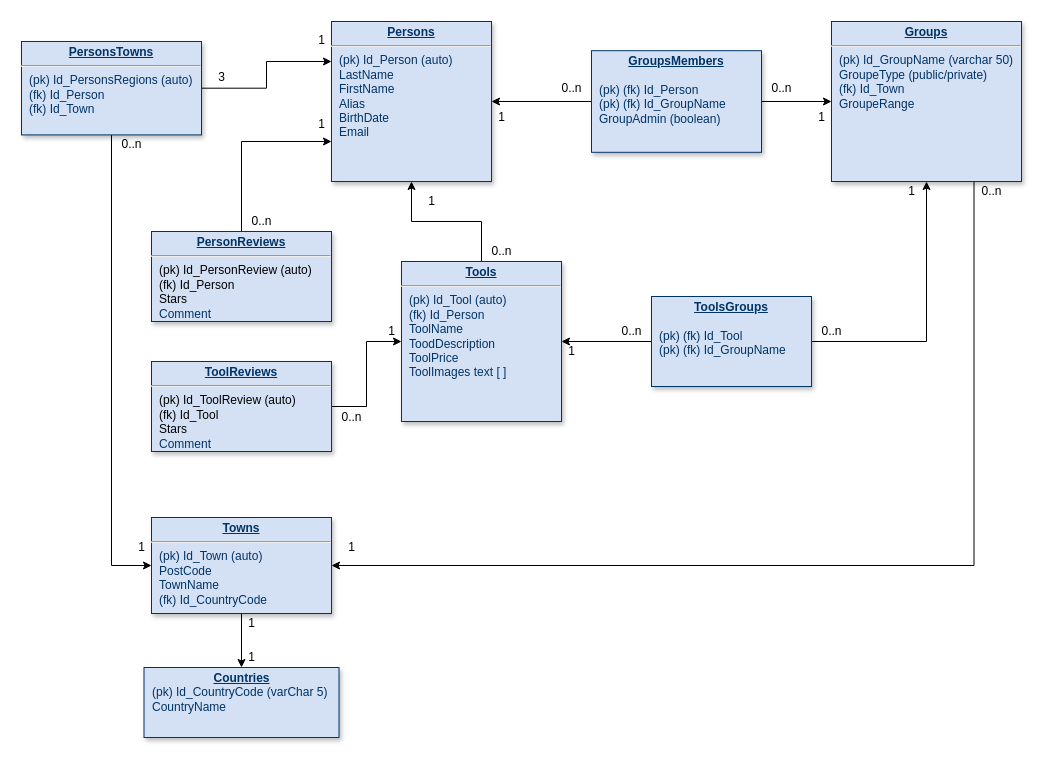
Above: toolbox_website/DB/doc/db_schematic.drawio in Altiimax/DevWebProject (draw.io), before the change. Source tidied: cells renumbered, new cells numbered last; positions are measured from the earlier drawing's top-left corner, leaving out a move shared by most shapes. Both pictures are drawn from the tidied source at 100%, with x=0, y=0 at pixel (21, 21).
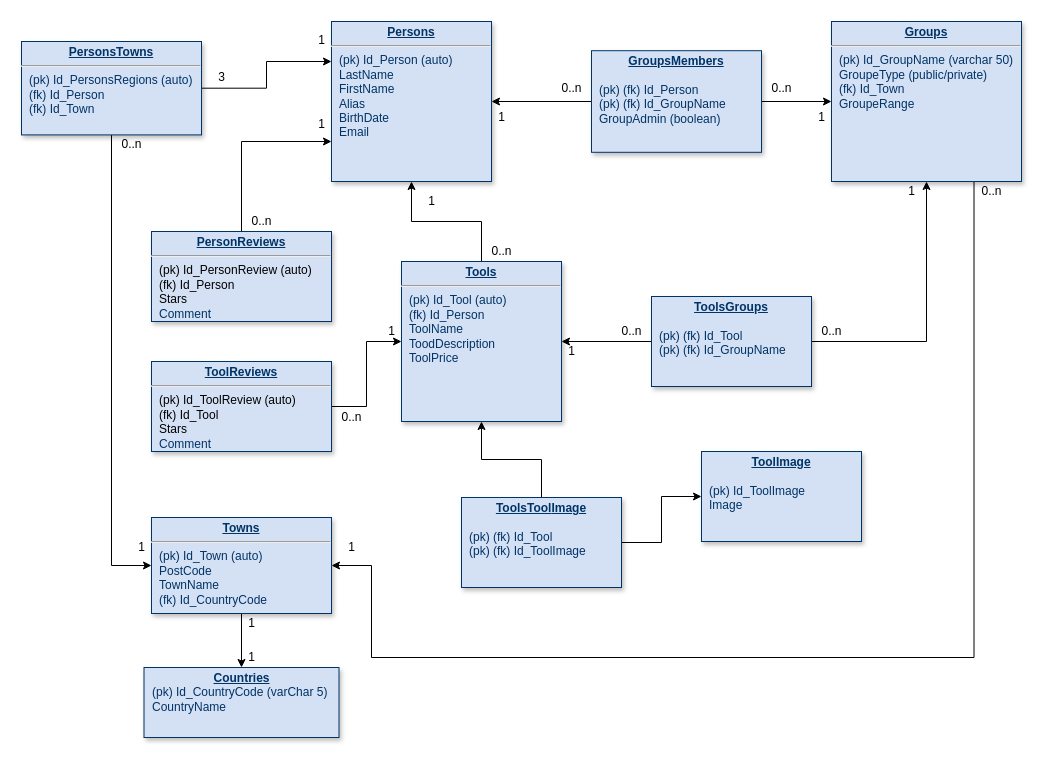
The same page after the edit.

Unchanged cells that the change refers to:
```xml
<mxCell id="6" value="&lt;p style=&quot;margin: 0px ; margin-top: 4px ; text-align: center ; text-decoration: underline&quot;&gt;&lt;strong&gt;Groups&lt;/strong&gt;&lt;/p&gt;&lt;hr&gt;&lt;p style=&quot;margin: 0px ; margin-left: 8px&quot;&gt;(pk) Id_GroupName (varchar 50)&lt;/p&gt;&lt;p style=&quot;margin: 0px ; margin-left: 8px&quot;&gt;GroupeType (public/private)&lt;/p&gt;&lt;p style=&quot;margin: 0px ; margin-left: 8px&quot;&gt;(fk) Id_Town&lt;/p&gt;&lt;p style=&quot;margin: 0px ; margin-left: 8px&quot;&gt;GroupeRange&amp;nbsp;&lt;/p&gt;&lt;p style=&quot;margin: 0px ; margin-left: 8px&quot;&gt;&lt;br&gt;&lt;/p&gt;&lt;p style=&quot;margin: 0px ; margin-left: 8px&quot;&gt;&lt;br&gt;&lt;/p&gt;" style="verticalAlign=top;align=left;overflow=fill;fontSize=12;fontFamily=Helvetica;html=1;strokeColor=#003366;shadow=1;fillColor=#D4E1F5;fontColor=#003366;" parent="1" vertex="1">
  <mxGeometry x="810" width="190" height="160" as="geometry" />
</mxCell>
<mxCell id="16" value="&lt;p style=&quot;margin: 0px ; margin-top: 4px ; text-align: center ; text-decoration: underline&quot;&gt;&lt;strong&gt;Towns&lt;/strong&gt;&lt;/p&gt;&lt;hr&gt;&lt;p style=&quot;margin: 0px ; margin-left: 8px&quot;&gt;(pk) Id_Town (auto)&lt;/p&gt;&lt;p style=&quot;margin: 0px ; margin-left: 8px&quot;&gt;PostCode&lt;/p&gt;&lt;p style=&quot;margin: 0px ; margin-left: 8px&quot;&gt;TownName&lt;/p&gt;&lt;p style=&quot;margin: 0px ; margin-left: 8px&quot;&gt;(fk) Id_CountryCode&lt;/p&gt;&lt;p style=&quot;margin: 0px ; margin-left: 8px&quot;&gt;&lt;br&gt;&lt;/p&gt;&lt;p style=&quot;margin: 0px ; margin-left: 8px&quot;&gt;&lt;br&gt;&lt;/p&gt;" style="verticalAlign=top;align=left;overflow=fill;fontSize=12;fontFamily=Helvetica;html=1;strokeColor=#003366;shadow=1;fillColor=#D4E1F5;fontColor=#003366;" parent="1" vertex="1">
  <mxGeometry x="130" y="496" width="180" height="96" as="geometry" />
</mxCell>
```

Change to the diagram source:
```diff
@@
-    <mxCell id="3" value="&lt;p style=&quot;margin: 0px ; margin-top: 4px ; text-align: center ; text-decoration: underline&quot;&gt;&lt;strong&gt;Tools&lt;/strong&gt;&lt;/p&gt;&lt;hr&gt;&lt;p style=&quot;margin: 0px ; margin-left: 8px&quot;&gt;(pk) Id_Tool (auto)&lt;/p&gt;&lt;p style=&quot;margin: 0px ; margin-left: 8px&quot;&gt;(fk) Id_Person&amp;nbsp;&lt;/p&gt;&lt;p style=&quot;margin: 0px ; margin-left: 8px&quot;&gt;ToolName&lt;/p&gt;&lt;p style=&quot;margin: 0px ; margin-left: 8px&quot;&gt;ToodDescription&lt;/p&gt;&lt;p style=&quot;margin: 0px ; margin-left: 8px&quot;&gt;&lt;span&gt;ToolPrice&lt;/span&gt;&lt;br&gt;&lt;/p&gt;&lt;p style=&quot;margin: 0px ; margin-left: 8px&quot;&gt;&lt;span&gt;ToolImages text [ ]&lt;/span&gt;&lt;/p&gt;" style="verticalAlign=top;align=left;overflow=fill;fontSize=12;fontFamily=Helvetica;html=1;strokeColor=#003366;shadow=1;fillColor=#D4E1F5;fontColor=#003366;" parent="1" vertex="1">
+    <mxCell id="3" value="&lt;p style=&quot;margin: 0px ; margin-top: 4px ; text-align: center ; text-decoration: underline&quot;&gt;&lt;strong&gt;Tools&lt;/strong&gt;&lt;/p&gt;&lt;hr&gt;&lt;p style=&quot;margin: 0px ; margin-left: 8px&quot;&gt;(pk) Id_Tool (auto)&lt;/p&gt;&lt;p style=&quot;margin: 0px ; margin-left: 8px&quot;&gt;(fk) Id_Person&amp;nbsp;&lt;/p&gt;&lt;p style=&quot;margin: 0px ; margin-left: 8px&quot;&gt;ToolName&lt;/p&gt;&lt;p style=&quot;margin: 0px ; margin-left: 8px&quot;&gt;ToodDescription&lt;/p&gt;&lt;p style=&quot;margin: 0px ; margin-left: 8px&quot;&gt;&lt;span&gt;ToolPrice&lt;/span&gt;&lt;br&gt;&lt;/p&gt;&lt;p style=&quot;margin: 0px ; margin-left: 8px&quot;&gt;&lt;br&gt;&lt;/p&gt;" style="verticalAlign=top;align=left;overflow=fill;fontSize=12;fontFamily=Helvetica;html=1;strokeColor=#003366;shadow=1;fillColor=#D4E1F5;fontColor=#003366;" parent="1" vertex="1">
       <mxGeometry x="380" y="240" width="160" height="160" as="geometry" />
     </mxCell>
@@
     <mxCell id="5" style="edgeStyle=orthogonalEdgeStyle;rounded=0;jettySize=auto;html=1;exitX=0.75;exitY=1;exitDx=0;exitDy=0;entryX=1;entryY=0.5;entryDx=0;entryDy=0;" parent="1" edge="1" source="6" target="16">
-      <mxGeometry relative="1" as="geometry" />
+      <mxGeometry relative="1" as="geometry">
+        <Array as="points">
+          <mxPoint x="953" y="636" />
+          <mxPoint x="350" y="636" />
+          <mxPoint x="350" y="544" />
+        </Array>
+      </mxGeometry>
     </mxCell>
@@
+    <mxCell id="48" value="&lt;p style=&quot;margin: 0px ; margin-top: 4px ; text-align: center ; text-decoration: underline&quot;&gt;&lt;strong&gt;Tool&lt;/strong&gt;&lt;strong&gt;Image&lt;/strong&gt;&lt;/p&gt;&lt;p style=&quot;margin: 0px ; margin-left: 8px&quot;&gt;&lt;br&gt;&lt;/p&gt;&lt;p style=&quot;margin: 0px ; margin-left: 8px&quot;&gt;(pk) Id_ToolImage&lt;/p&gt;&lt;p style=&quot;margin: 0px ; margin-left: 8px&quot;&gt;Image&lt;/p&gt;&lt;p style=&quot;margin: 0px ; margin-left: 8px&quot;&gt;&lt;br&gt;&lt;/p&gt;&lt;p style=&quot;margin: 0px ; margin-left: 8px&quot;&gt;&lt;br&gt;&lt;/p&gt;&lt;p style=&quot;margin: 0px ; margin-left: 8px&quot;&gt;&lt;br&gt;&lt;/p&gt;" style="verticalAlign=top;align=left;overflow=fill;fontSize=12;fontFamily=Helvetica;html=1;strokeColor=#003366;shadow=1;fillColor=#D4E1F5;fontColor=#003366;" parent="1" vertex="1">
+      <mxGeometry x="680" y="430" width="160" height="90" as="geometry" />
+    </mxCell>
+    <mxCell id="49" style="edgeStyle=orthogonalEdgeStyle;rounded=0;jettySize=auto;html=1;exitX=1;exitY=0.5;exitDx=0;exitDy=0;entryX=0;entryY=0.5;entryDx=0;entryDy=0;" parent="1" edge="1" source="51" target="48">
+      <mxGeometry relative="1" as="geometry" />
+    </mxCell>
+    <mxCell id="50" style="edgeStyle=orthogonalEdgeStyle;rounded=0;jettySize=auto;html=1;exitX=0.5;exitY=0;exitDx=0;exitDy=0;entryX=0.5;entryY=1;entryDx=0;entryDy=0;" parent="1" edge="1" source="51" target="3">
+      <mxGeometry relative="1" as="geometry" />
+    </mxCell>
+    <mxCell id="51" value="&lt;p style=&quot;margin: 0px ; margin-top: 4px ; text-align: center ; text-decoration: underline&quot;&gt;&lt;strong&gt;ToolsTool&lt;/strong&gt;&lt;strong&gt;Image&lt;/strong&gt;&lt;/p&gt;&lt;p style=&quot;margin: 0px ; margin-left: 8px&quot;&gt;&lt;br&gt;&lt;/p&gt;&lt;p style=&quot;margin: 0px ; margin-left: 8px&quot;&gt;(pk) (fk) Id_Tool&lt;/p&gt;&lt;p style=&quot;margin: 0px ; margin-left: 8px&quot;&gt;(pk) (fk) Id_ToolImage&lt;/p&gt;&lt;p style=&quot;margin: 0px ; margin-left: 8px&quot;&gt;&lt;br&gt;&lt;/p&gt;&lt;p style=&quot;margin: 0px ; margin-left: 8px&quot;&gt;&lt;br&gt;&lt;/p&gt;&lt;p style=&quot;margin: 0px ; margin-left: 8px&quot;&gt;&lt;br&gt;&lt;/p&gt;" style="verticalAlign=top;align=left;overflow=fill;fontSize=12;fontFamily=Helvetica;html=1;strokeColor=#003366;shadow=1;fillColor=#D4E1F5;fontColor=#003366;" parent="1" vertex="1">
+      <mxGeometry x="440" y="476" width="160" height="90" as="geometry" />
+    </mxCell>
```
